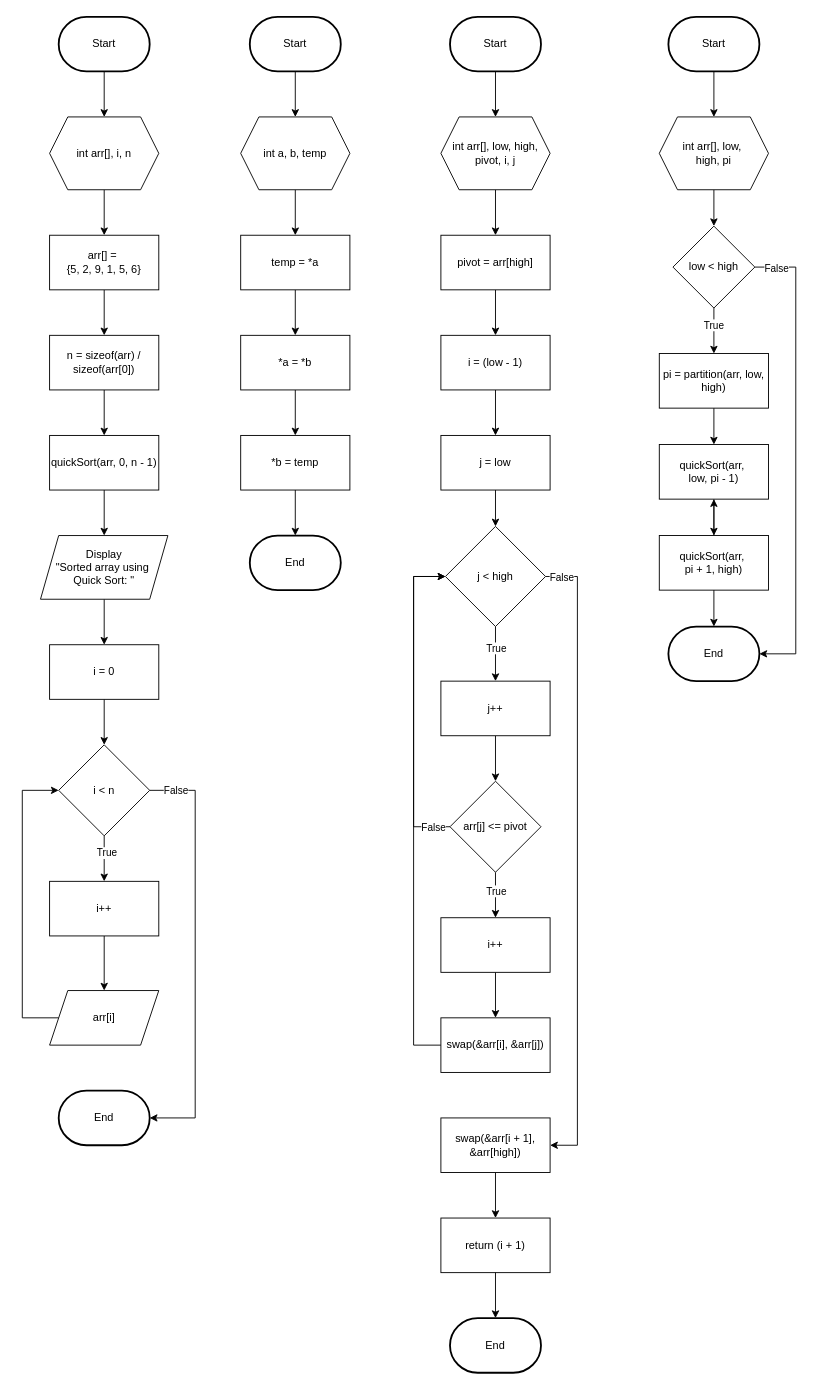
This is page "Quick Sort" (3 of 5) of Penda Modul 3.drawio from elikawicaksana/BuildIT_BasisData, a draw.io file, before an edit. Source tidied: cells renumbered, new cells numbered last; positions are measured from the earlier drawing's top-left corner, leaving out a move shared by most shapes. Both pictures are drawn from the tidied source at 91%, with x=0, y=0 at pixel (22, 16).
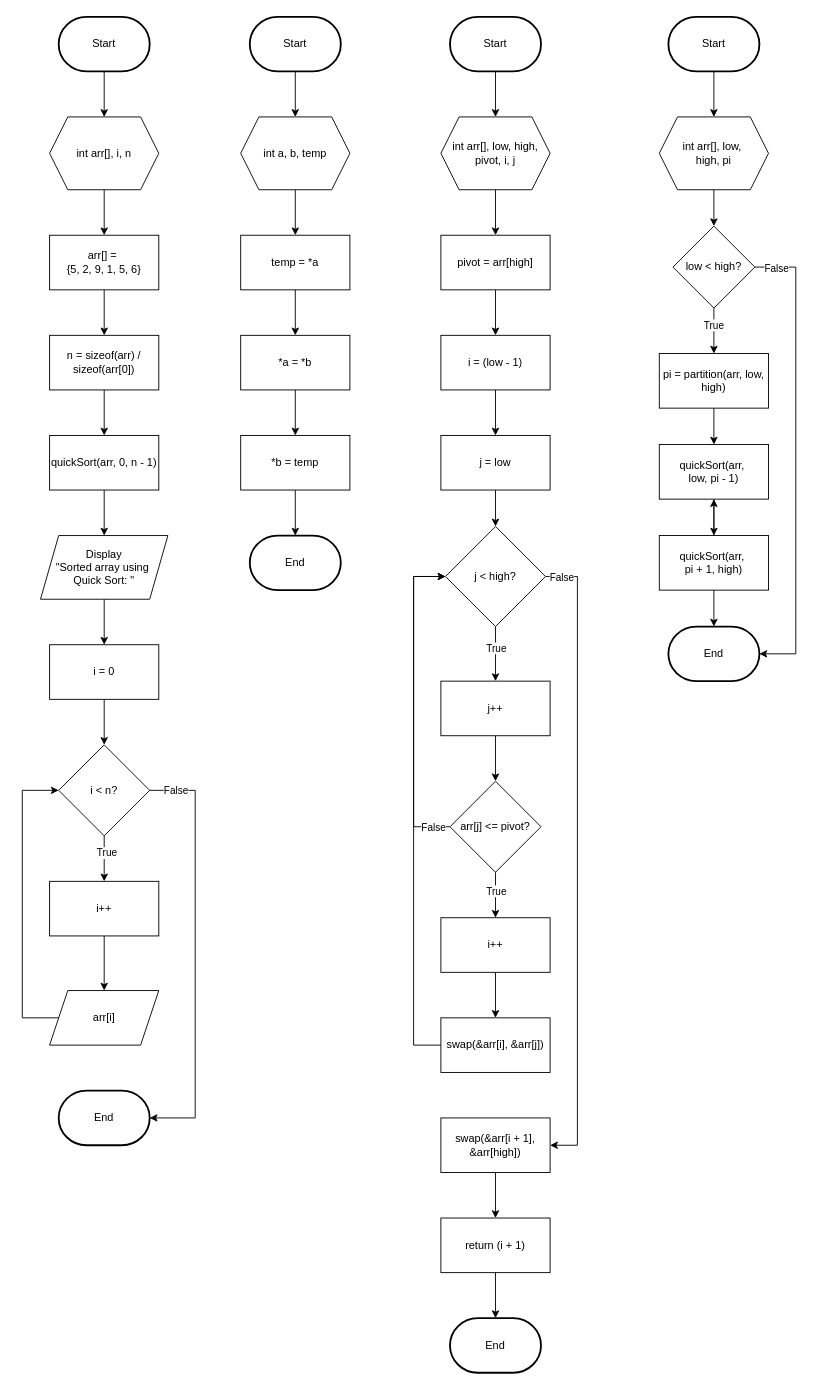
After the change.

What changed in the source:
```diff
@@
-    <mxCell id="18" value="i &amp;lt; n" style="rhombus;whiteSpace=wrap;html=1;" parent="1" vertex="1">
+    <mxCell id="18" value="i &amp;lt; n?" style="rhombus;whiteSpace=wrap;html=1;" parent="1" vertex="1">
       <mxGeometry x="40" y="800" width="100" height="100" as="geometry" />
     </mxCell>
@@
-    <mxCell id="49" value="j &amp;lt; high" style="rhombus;whiteSpace=wrap;html=1;" parent="1" vertex="1">
+    <mxCell id="49" value="j &amp;lt; high?" style="rhombus;whiteSpace=wrap;html=1;" parent="1" vertex="1">
       <mxGeometry x="465" y="560" width="110" height="110" as="geometry" />
     </mxCell>
@@
-    <mxCell id="58" value="arr[j] &amp;lt;= pivot" style="rhombus;whiteSpace=wrap;html=1;" parent="1" vertex="1">
+    <mxCell id="58" value="arr[j] &amp;lt;= pivot?" style="rhombus;whiteSpace=wrap;html=1;" parent="1" vertex="1">
       <mxGeometry x="470" y="840" width="100" height="100" as="geometry" />
     </mxCell>
@@
-    <mxCell id="74" value="low &amp;lt; high" style="rhombus;whiteSpace=wrap;html=1;" parent="1" vertex="1">
+    <mxCell id="74" value="low &amp;lt; high?" style="rhombus;whiteSpace=wrap;html=1;" parent="1" vertex="1">
       <mxGeometry x="715" y="230" width="90" height="90" as="geometry" />
     </mxCell>
```
